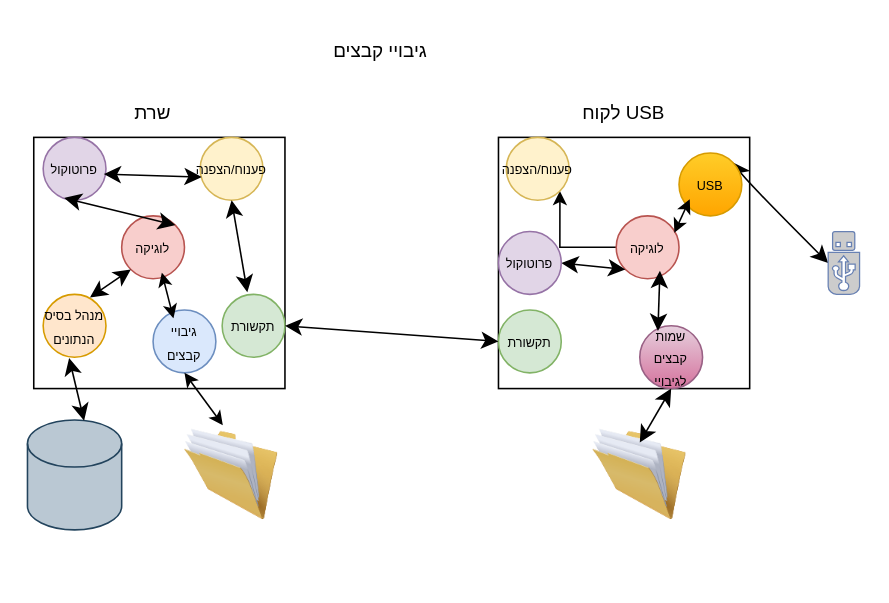
Earlier version of the draw.io diagram draws/גיבויי קבצים.drawio (Eyalen22/Project). Source tidied: cells renumbered, new cells numbered last; positions are measured from the earlier drawing's top-left corner, leaving out a move shared by most shapes. Both pictures are drawn from the tidied source at 157%, with x=0, y=0 at pixel (27, 27).
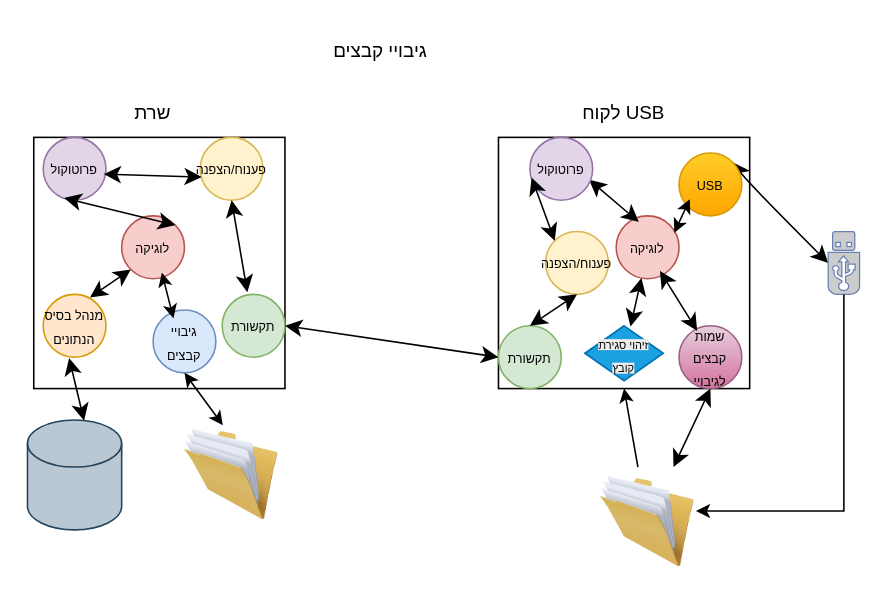
Above is the later version.

Unchanged cells that the change refers to:
```xml
<mxCell id="7" value="&lt;font style=&quot;font-size: 8px;&quot;&gt;לוגיקה&lt;/font&gt;" style="ellipse;whiteSpace=wrap;html=1;fillColor=#f8cecc;strokeColor=#b85450;" parent="1" vertex="1">
  <mxGeometry x="375" y="120" width="40" height="40" as="geometry" />
</mxCell>
<mxCell id="30" style="fontColor=#0066CC;verticalAlign=top;verticalLabelPosition=bottom;labelPosition=center;align=center;html=1;outlineConnect=0;fillColor=#CCCCCC;strokeColor=#6881B3;gradientColor=none;gradientDirection=north;strokeWidth=2;shape=mxgraph.networks.usb_stick;" parent="1" vertex="1">
  <mxGeometry x="510" y="130" width="20" height="40" as="geometry" />
</mxCell>
```

The edit, as a diff of the source:
```diff
@@
     <mxCell id="5" value="&lt;font style=&quot;font-size: 8px;&quot;&gt;תקשורת&lt;/font&gt;" style="ellipse;whiteSpace=wrap;html=1;fillColor=#d5e8d4;strokeColor=#82b366;" parent="1" vertex="1">
-      <mxGeometry x="300" y="180" width="40" height="40" as="geometry" />
+      <mxGeometry x="300" y="190" width="40" height="40" as="geometry" />
     </mxCell>
-    <mxCell id="6" style="edgeStyle=orthogonalEdgeStyle;rounded=0;jettySize=auto;html=1;entryX=1;entryY=1;entryDx=0;entryDy=0;" parent="1" edge="1" source="7" target="35">
-      <mxGeometry relative="1" as="geometry" />
-    </mxCell>
@@
     <mxCell id="26" value="&lt;span style=&quot;font-size: 8px;&quot;&gt;שמות קבצים לגיבויי&lt;/span&gt;" style="ellipse;whiteSpace=wrap;html=1;fillColor=#e6d0de;strokeColor=#996185;gradientColor=#d5739d;" parent="1" vertex="1">
-      <mxGeometry x="390" y="190" width="40" height="40" as="geometry" />
+      <mxGeometry x="415" y="190" width="40" height="40" as="geometry" />
     </mxCell>
-    <mxCell id="27" style="endArrow=classic;startArrow=classic;html=1;rounded=0;fontSize=12;startSize=8;endSize=8;curved=1;exitX=1;exitY=0.5;exitDx=0;exitDy=0;entryX=0;entryY=1;entryDx=0;entryDy=0;" parent="1" edge="1" source="36" target="7">
+    <mxCell id="27" style="endArrow=classic;startArrow=classic;html=1;rounded=0;fontSize=12;startSize=8;endSize=8;curved=1;exitX=0.942;exitY=0.674;exitDx=0;exitDy=0;entryX=0.36;entryY=0.097;entryDx=0;entryDy=0;entryPerimeter=0;exitPerimeter=0;" parent="1" edge="1" source="36" target="7">
       <mxGeometry relative="1" as="geometry" />
     </mxCell>
     <mxCell id="28" style="image;html=1;image=img/lib/clip_art/general/Full_Folder_128x128.png;" parent="1" vertex="1">
-      <mxGeometry x="360" y="250" width="60" height="70" as="geometry" />
+      <mxGeometry x="365" y="280" width="60" height="70" as="geometry" />
     </mxCell>
@@
-    <mxCell id="32" style="endArrow=classic;startArrow=classic;html=1;rounded=0;fontSize=12;startSize=8;endSize=8;curved=1;exitX=1;exitY=0;exitDx=0;exitDy=0;entryX=0.5;entryY=1;entryDx=0;entryDy=0;" parent="1" edge="1" target="26">
-      <mxGeometry relative="1" as="geometry">
-        <mxPoint x="390" y="264.4" as="sourcePoint" />
-      </mxGeometry>
+    <mxCell id="32" style="endArrow=classic;startArrow=classic;html=1;rounded=0;fontSize=12;startSize=8;endSize=8;curved=1;entryX=0.5;entryY=1;entryDx=0;entryDy=0;" parent="1" edge="1" source="28" target="26">
+      <mxGeometry relative="1" as="geometry" />
     </mxCell>
@@
     <mxCell id="35" value="&lt;font style=&quot;font-size: 8px;&quot;&gt;פענוח/הצפנה&lt;/font&gt;" style="ellipse;whiteSpace=wrap;html=1;fillColor=#fff2cc;strokeColor=#d6b656;" parent="1" vertex="1">
-      <mxGeometry x="305" y="70" width="40" height="40" as="geometry" />
+      <mxGeometry x="330" y="130" width="40" height="40" as="geometry" />
     </mxCell>
     <mxCell id="36" value="&lt;font style=&quot;font-size: 8px;&quot;&gt;פרוטוקול&lt;/font&gt;" style="ellipse;whiteSpace=wrap;html=1;fillColor=#e1d5e7;strokeColor=#9673a6;" parent="1" vertex="1">
-      <mxGeometry x="300" y="130" width="40" height="40" as="geometry" />
+      <mxGeometry x="320" y="70" width="40" height="40" as="geometry" />
     </mxCell>
+    <mxCell id="37" style="endArrow=classic;startArrow=classic;html=1;rounded=0;fontSize=12;startSize=8;endSize=8;curved=1;exitX=0;exitY=0;exitDx=0;exitDy=0;entryX=0.028;entryY=0.64;entryDx=0;entryDy=0;entryPerimeter=0;" parent="1" edge="1" source="35" target="36">
+      <mxGeometry relative="1" as="geometry" />
+    </mxCell>
+    <mxCell id="38" style="endArrow=classic;startArrow=classic;html=1;rounded=0;fontSize=12;startSize=8;endSize=8;curved=1;exitX=0.5;exitY=0;exitDx=0;exitDy=0;entryX=0.5;entryY=1;entryDx=0;entryDy=0;" parent="1" edge="1" source="5" target="35">
+      <mxGeometry relative="1" as="geometry" />
+    </mxCell>
+    <mxCell id="39" style="endArrow=classic;startArrow=classic;html=1;rounded=0;fontSize=12;startSize=8;endSize=8;curved=1;" parent="1" edge="1" source="7">
+      <mxGeometry relative="1" as="geometry">
+        <mxPoint x="384.1" y="190.4" as="targetPoint" />
+      </mxGeometry>
+    </mxCell>
+    <mxCell id="40" style="endArrow=classic;html=1;rounded=0;entryX=0.5;entryY=1;entryDx=0;entryDy=0;" parent="1" edge="1" source="28">
+      <mxGeometry relative="1" as="geometry">
+        <mxPoint x="380" y="230" as="targetPoint" />
+      </mxGeometry>
+    </mxCell>
+    <mxCell id="41" value="&lt;br&gt;&lt;span style=&quot;color: rgb(0, 0, 0); font-family: Helvetica; font-size: 7px; font-style: normal; font-variant-ligatures: normal; font-variant-caps: normal; font-weight: 400; letter-spacing: normal; orphans: 2; text-align: center; text-indent: 0px; text-transform: none; widows: 2; word-spacing: 0px; -webkit-text-stroke-width: 0px; white-space: normal; background-color: rgb(236, 236, 236); text-decoration-thickness: initial; text-decoration-style: initial; text-decoration-color: initial; float: none; display: inline !important;&quot;&gt;זיהוי סגירת &lt;br&gt;קובץ&lt;/span&gt;&lt;div&gt;&lt;br/&gt;&lt;/div&gt;" style="rhombus;whiteSpace=wrap;html=1;fillColor=#1ba1e2;strokeColor=#006EAF;fontColor=#ffffff;" parent="1" vertex="1">
+      <mxGeometry x="355" y="190" width="50" height="35" as="geometry" />
+    </mxCell>
+    <mxCell id="42" style="endArrow=classic;html=1;rounded=0;entryX=1.013;entryY=0.4;entryDx=0;entryDy=0;entryPerimeter=0;exitX=0.5;exitY=1;exitDx=0;exitDy=0;exitPerimeter=0;" parent="1" edge="1" source="30" target="28">
+      <mxGeometry relative="1" as="geometry">
+        <Array as="points">
+          <mxPoint x="520" y="308" />
+        </Array>
+      </mxGeometry>
+    </mxCell>
```
